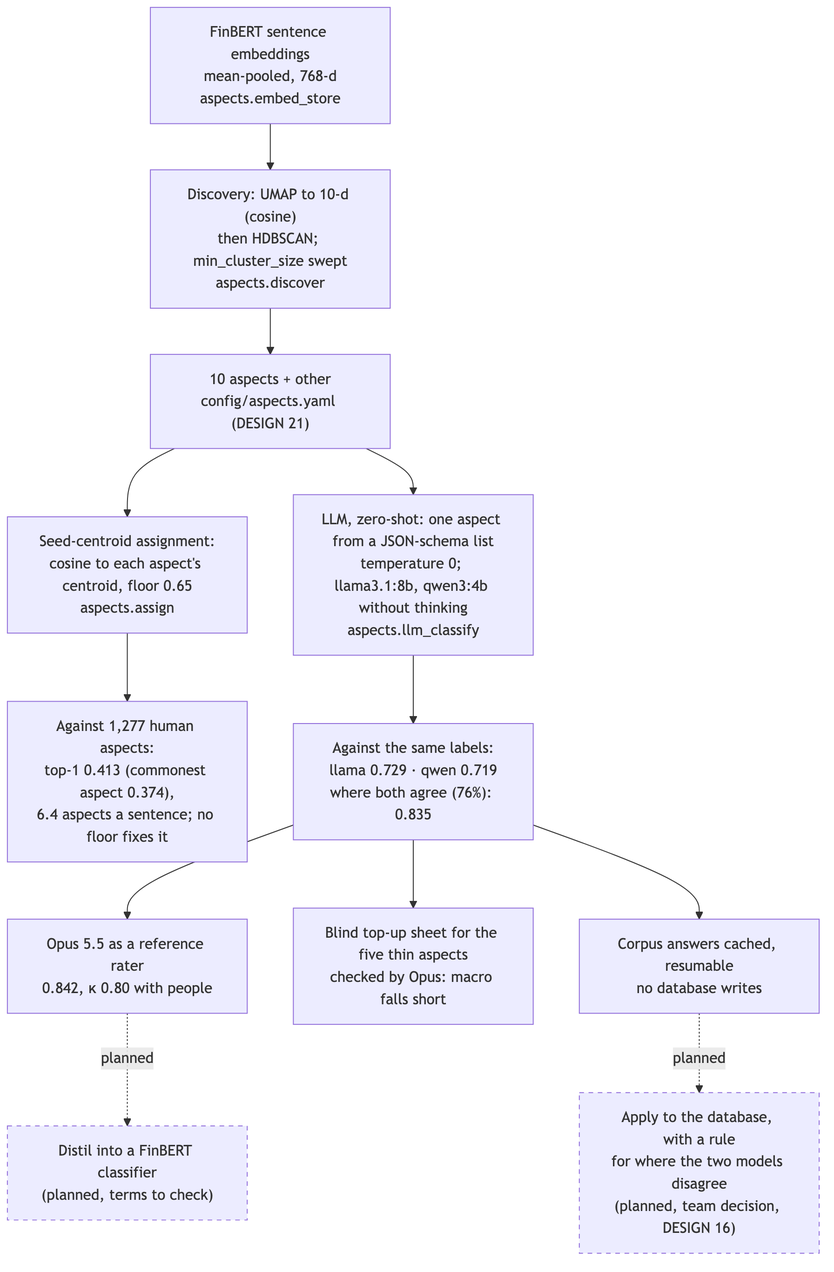
Before: docs/diagrams/img/22-aspect-method-development.png, a diagram exported from Mermaid (Gavingyh/plp-project). Its source is kept beside it as docs/diagrams/src/22-aspect-method-development.mmd.
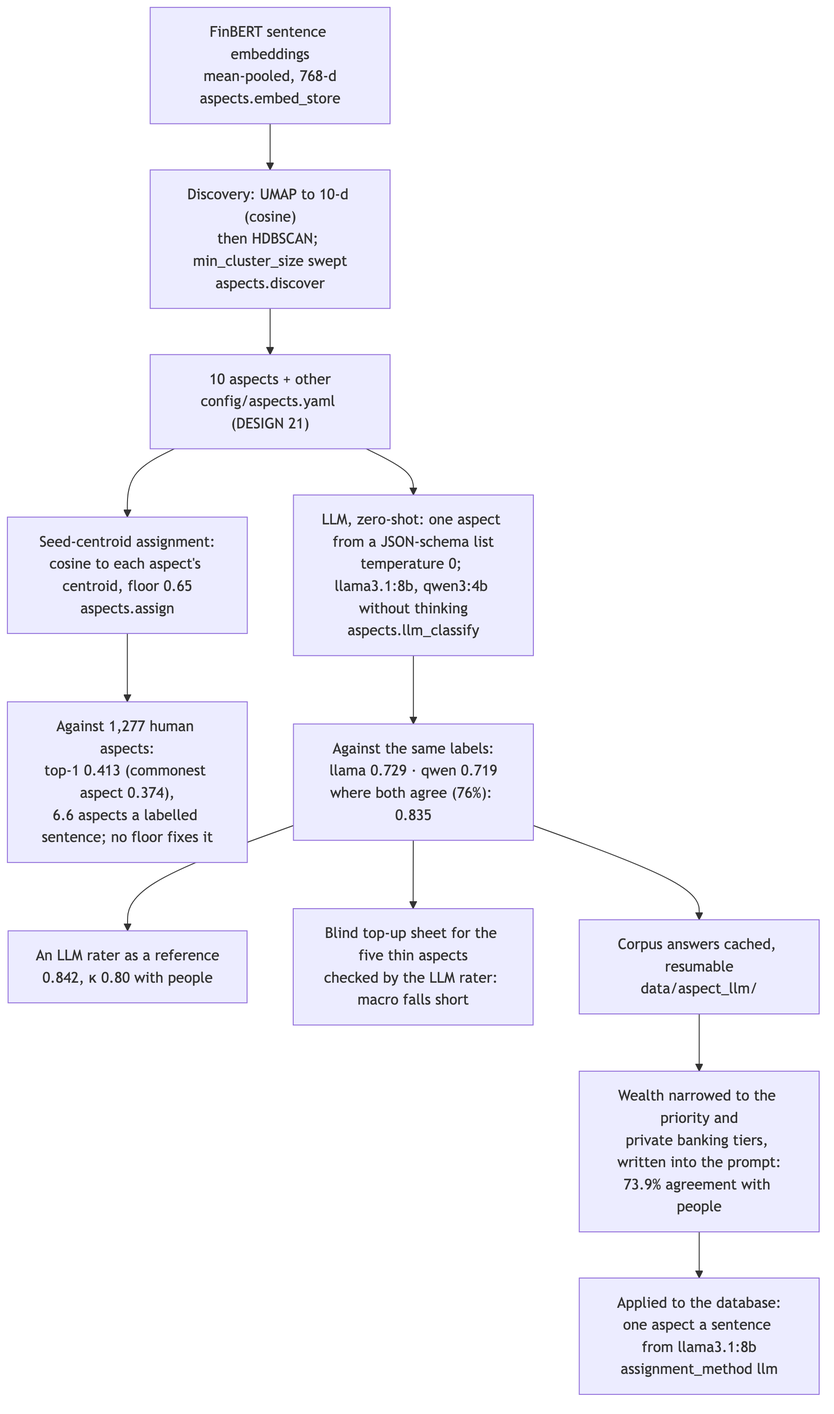
After the change.

What changed in the source:
```diff
@@ -1,26 +1,22 @@
 flowchart TB
   accTitle: Aspect method development
-  accDescr: FinBERT sentence embeddings are reduced with UMAP and clustered with HDBSCAN; the clusters were labelled into ten aspects. Seed-centroid assignment by cosine similarity was calibrated against the human aspect labels and found weak at any floor. A local LLM choosing one aspect from a fixed list was evaluated on the same labels and was far better, more so where two models agree; Opus 5.5 gives a reference. The classifier's answers for the corpus are being cached; applying them, and distilling them into a smaller model, wait.
+  accDescr: FinBERT sentence embeddings are reduced with UMAP and clustered with HDBSCAN; the clusters were labelled into ten aspects. Seed-centroid assignment by cosine similarity was calibrated against the human aspect labels and found weak at any floor. A local LLM choosing one aspect from a fixed list was evaluated on the same labels and was far better, more so where two models agree; an LLM rater gives a reference. The answers of llama3.1:8b for the whole corpus, with the wealth aspect's narrower wording, were applied to the database.
 
   emb["FinBERT sentence embeddings<br/>mean-pooled, 768-d<br/>aspects.embed_store"]
   disc["Discovery: UMAP to 10-d (cosine)<br/>then HDBSCAN; min_cluster_size swept<br/>aspects.discover"]
   tax["10 aspects + other<br/>config/aspects.yaml (DESIGN 21)"]
   cent["Seed-centroid assignment:<br/>cosine to each aspect's centroid, floor 0.65<br/>aspects.assign"]
-  cal["Against 1,277 human aspects:<br/>top-1 0.413 (commonest aspect 0.374),<br/>6.4 aspects a sentence; no floor fixes it"]
+  cal["Against 1,277 human aspects:<br/>top-1 0.413 (commonest aspect 0.374),<br/>6.6 aspects a labelled sentence; no floor fixes it"]
   llm["LLM, zero-shot: one aspect from a JSON-schema list<br/>temperature 0; llama3.1:8b, qwen3:4b without thinking<br/>aspects.llm_classify"]
   ev["Against the same labels:<br/>llama 0.729 · qwen 0.719<br/>where both agree (76%): 0.835"]
-  opus["Opus 5.5 as a reference rater<br/>0.842, κ 0.80 with people"]
-  top["Blind top-up sheet for the five thin aspects<br/>checked by Opus: macro falls short"]
-  cache["Corpus answers cached, resumable<br/>no database writes"]
-  apply["Apply to the database, with a rule<br/>for where the two models disagree<br/>(planned, team decision, DESIGN 16)"]
-  distil["Distil into a FinBERT classifier<br/>(planned, terms to check)"]
+  opus["An LLM rater as a reference<br/>0.842, κ 0.80 with people"]
+  top["Blind top-up sheet for the five thin aspects<br/>checked by the LLM rater: macro falls short"]
+  cache["Corpus answers cached, resumable<br/>data/aspect_llm/"]
+  wealth["Wealth narrowed to the priority and<br/>private banking tiers, written into the prompt:<br/>73.9% agreement with people"]
+  apply["Applied to the database:<br/>one aspect a sentence from llama3.1:8b<br/>assignment_method llm"]
 
   emb --> disc --> tax --> cent --> cal
   tax --> llm --> ev
   ev --> opus
   ev --> top
-  ev --> cache
-  cache -. planned .-> apply
-  opus -. planned .-> distil
-  style apply stroke-dasharray: 5 5
-  style distil stroke-dasharray: 5 5
+  ev --> cache --> wealth --> apply
```
